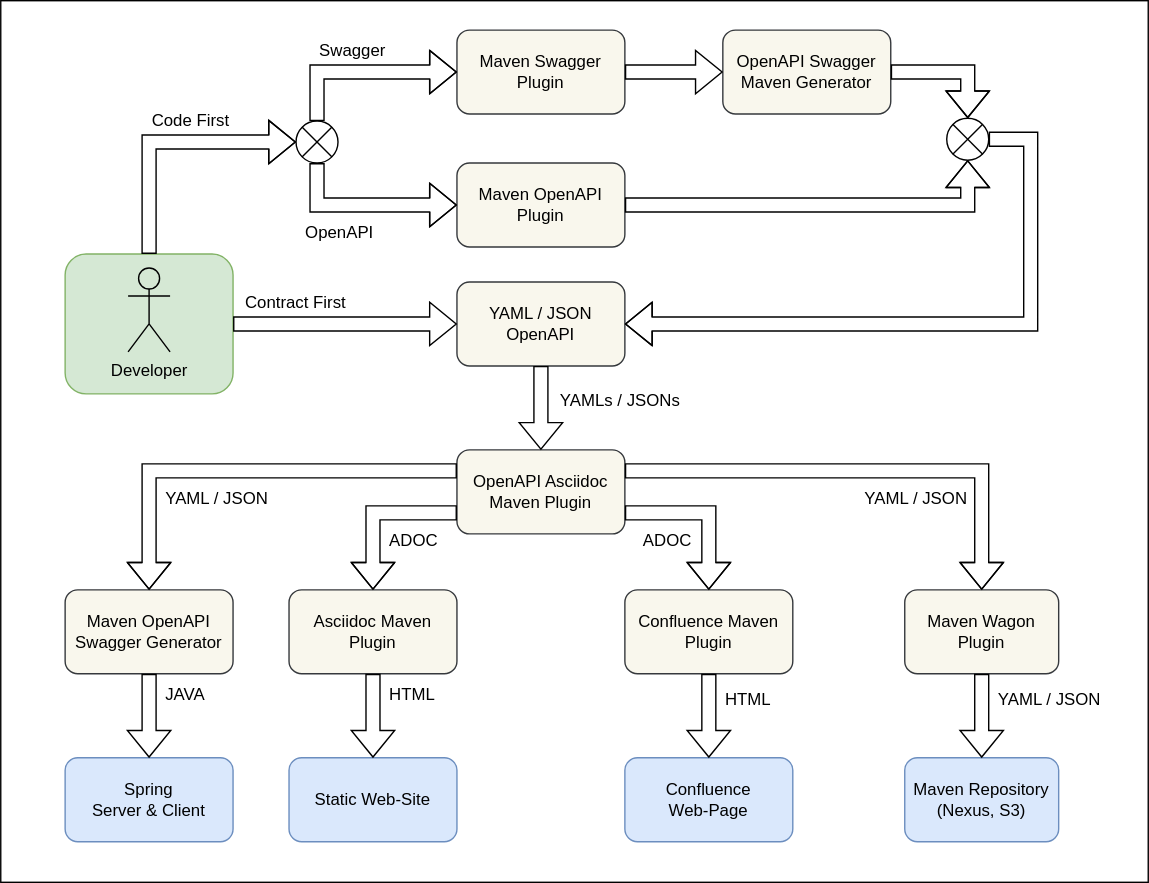
Before: doc/context-view.svg, a diagram exported from draw.io (denis-volnenko/openapi-asciidoc-maven-plugin). Source tidied: cells renumbered, new cells last; positions are measured from the earlier drawing's top-left corner, leaving out a move shared by most shapes.
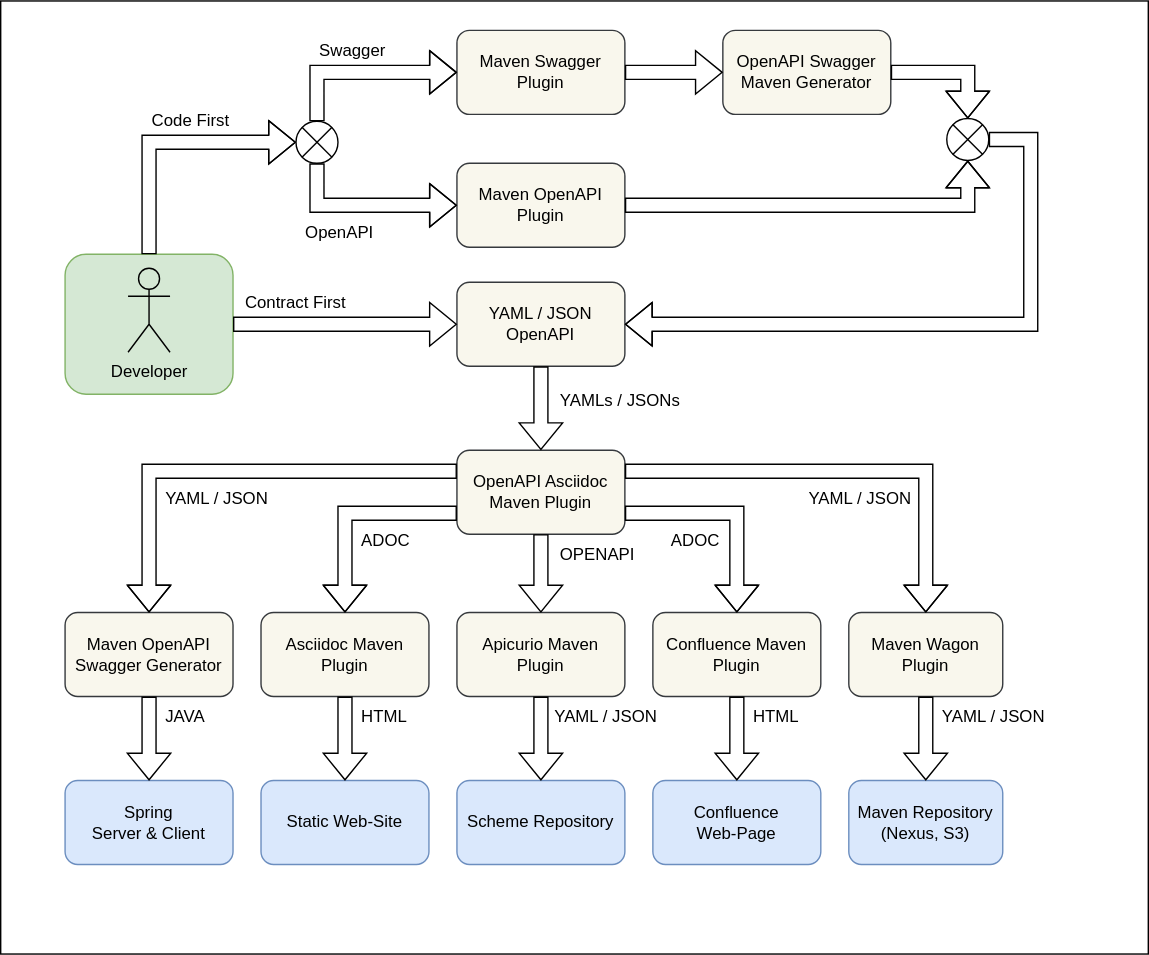
The same file after the commit.

Diff of the diagram source:
```diff
@@ -3,7 +3,7 @@
     <mxCell id="0" />
     <mxCell id="1" parent="0" />
     <mxCell id="2" style="rounded=0;whiteSpace=wrap;html=1;" parent="1" vertex="1">
-      <mxGeometry width="820" height="630" as="geometry" />
+      <mxGeometry width="820" height="681" as="geometry" />
     </mxCell>
     <mxCell id="3" value="YAML / JSON&lt;br&gt;OpenAPI" style="rounded=1;whiteSpace=wrap;html=1;fillColor=#f9f7ed;strokeColor=#36393d;" parent="1" vertex="1">
       <mxGeometry x="326" y="201" width="120" height="60" as="geometry" />
@@ -28,7 +28,7 @@
       </mxGeometry>
     </mxCell>
     <mxCell id="9" value="Asciidoc Maven Plugin" style="rounded=1;whiteSpace=wrap;html=1;fillColor=#f9f7ed;strokeColor=#36393d;" parent="1" vertex="1">
-      <mxGeometry x="206" y="421" width="120" height="60" as="geometry" />
+      <mxGeometry x="186" y="437" width="120" height="60" as="geometry" />
     </mxCell>
     <mxCell id="10" style="shape=flexArrow;endArrow=classic;html=1;rounded=0;exitX=0.5;exitY=1;exitDx=0;exitDy=0;entryX=0.5;entryY=0;entryDx=0;entryDy=0;" parent="1" edge="1" source="3" target="4">
       <mxGeometry relative="1" as="geometry" />
@@ -36,28 +36,28 @@
     <mxCell id="11" style="shape=flexArrow;endArrow=classic;html=1;rounded=0;exitX=0;exitY=0.75;exitDx=0;exitDy=0;entryX=0.5;entryY=0;entryDx=0;entryDy=0;" parent="1" edge="1" source="4" target="9">
       <mxGeometry relative="1" as="geometry">
         <Array as="points">
-          <mxPoint x="266" y="366" />
+          <mxPoint x="246" y="366" />
         </Array>
       </mxGeometry>
     </mxCell>
     <mxCell id="12" value="Confluence Maven Plugin" style="rounded=1;whiteSpace=wrap;html=1;fillColor=#f9f7ed;strokeColor=#36393d;" parent="1" vertex="1">
-      <mxGeometry x="446" y="421" width="120" height="60" as="geometry" />
+      <mxGeometry x="466" y="437" width="120" height="60" as="geometry" />
     </mxCell>
     <mxCell id="13" style="shape=flexArrow;endArrow=classic;html=1;rounded=0;exitX=1;exitY=0.75;exitDx=0;exitDy=0;entryX=0.5;entryY=0;entryDx=0;entryDy=0;" parent="1" edge="1" source="4" target="12">
       <mxGeometry relative="1" as="geometry">
         <Array as="points">
-          <mxPoint x="506" y="366" />
+          <mxPoint x="526" y="366" />
         </Array>
       </mxGeometry>
     </mxCell>
     <mxCell id="14" value="Static Web-Site" style="rounded=1;whiteSpace=wrap;html=1;fillColor=#dae8fc;strokeColor=#6c8ebf;" parent="1" vertex="1">
-      <mxGeometry x="206" y="541" width="120" height="60" as="geometry" />
+      <mxGeometry x="186" y="557" width="120" height="60" as="geometry" />
     </mxCell>
     <mxCell id="15" style="shape=flexArrow;endArrow=classic;html=1;rounded=0;exitX=0.5;exitY=1;exitDx=0;exitDy=0;entryX=0.5;entryY=0;entryDx=0;entryDy=0;" parent="1" edge="1" source="9" target="14">
       <mxGeometry relative="1" as="geometry" />
     </mxCell>
     <mxCell id="16" value="Confluence &lt;br&gt;Web-Page" style="rounded=1;whiteSpace=wrap;html=1;fillColor=#dae8fc;strokeColor=#6c8ebf;" parent="1" vertex="1">
-      <mxGeometry x="446" y="541" width="120" height="60" as="geometry" />
+      <mxGeometry x="466" y="557" width="120" height="60" as="geometry" />
     </mxCell>
     <mxCell id="17" style="shape=flexArrow;endArrow=classic;html=1;rounded=0;exitX=0.5;exitY=1;exitDx=0;exitDy=0;" parent="1" edge="1" source="12" target="16">
       <mxGeometry relative="1" as="geometry" />
@@ -108,7 +108,7 @@
       <mxGeometry x="676" y="84" width="30" height="30" as="geometry" />
     </mxCell>
     <mxCell id="29" value="Maven OpenAPI Swagger&amp;nbsp;Generator" style="rounded=1;whiteSpace=wrap;html=1;fillColor=#f9f7ed;strokeColor=#36393d;" parent="1" vertex="1">
-      <mxGeometry x="46" y="421" width="120" height="60" as="geometry" />
+      <mxGeometry x="46" y="437" width="120" height="60" as="geometry" />
     </mxCell>
     <mxCell id="30" value="OpenAPI Swagger&lt;br&gt;Maven Generator" style="rounded=1;whiteSpace=wrap;html=1;fillColor=#f9f7ed;strokeColor=#36393d;" parent="1" vertex="1">
       <mxGeometry x="516" y="21" width="120" height="60" as="geometry" />
@@ -132,7 +132,7 @@
       </mxGeometry>
     </mxCell>
     <mxCell id="34" value="Spring &lt;br&gt;Server &amp;amp; Client" style="rounded=1;whiteSpace=wrap;html=1;fillColor=#dae8fc;strokeColor=#6c8ebf;" parent="1" vertex="1">
-      <mxGeometry x="46" y="541" width="120" height="60" as="geometry" />
+      <mxGeometry x="46" y="557" width="120" height="60" as="geometry" />
     </mxCell>
     <mxCell id="35" style="shape=flexArrow;endArrow=classic;html=1;rounded=0;exitX=0.5;exitY=1;exitDx=0;exitDy=0;" parent="1" edge="1" source="29" target="34">
       <mxGeometry relative="1" as="geometry" />
@@ -145,41 +145,41 @@
       </mxGeometry>
     </mxCell>
     <mxCell id="37" value="Maven Wagon Plugin" style="rounded=1;whiteSpace=wrap;html=1;fillColor=#f9f7ed;strokeColor=#36393d;" parent="1" vertex="1">
-      <mxGeometry x="646" y="421" width="110" height="60" as="geometry" />
+      <mxGeometry x="606" y="437" width="110" height="60" as="geometry" />
     </mxCell>
     <mxCell id="38" value="Maven Repository (Nexus, S3)" style="rounded=1;whiteSpace=wrap;html=1;fillColor=#dae8fc;strokeColor=#6c8ebf;" parent="1" vertex="1">
-      <mxGeometry x="646" y="541" width="110" height="60" as="geometry" />
+      <mxGeometry x="606" y="557" width="110" height="60" as="geometry" />
     </mxCell>
     <mxCell id="39" style="shape=flexArrow;endArrow=classic;html=1;rounded=0;fillColor=default;exitX=0.5;exitY=1;exitDx=0;exitDy=0;entryX=0.5;entryY=0;entryDx=0;entryDy=0;" parent="1" edge="1" source="37" target="38">
       <mxGeometry relative="1" as="geometry" />
     </mxCell>
     <mxCell id="40" value="YAML / JSON" style="text;html=1;strokeColor=none;fillColor=none;align=left;verticalAlign=middle;whiteSpace=wrap;rounded=0;" parent="1" vertex="1">
-      <mxGeometry x="711" y="485" width="97" height="30" as="geometry" />
+      <mxGeometry x="671" y="497" width="97" height="30" as="geometry" />
     </mxCell>
     <mxCell id="41" value="YAML / JSON" style="text;html=1;strokeColor=none;fillColor=none;align=right;verticalAlign=middle;whiteSpace=wrap;rounded=0;" parent="1" vertex="1">
-      <mxGeometry x="596" y="341" width="97" height="30" as="geometry" />
+      <mxGeometry x="556" y="341" width="97" height="30" as="geometry" />
     </mxCell>
     <mxCell id="42" style="shape=flexArrow;endArrow=classic;html=1;rounded=0;entryX=0.5;entryY=0;entryDx=0;entryDy=0;exitX=1;exitY=0.25;exitDx=0;exitDy=0;" parent="1" edge="1" source="4" target="37">
       <mxGeometry relative="1" as="geometry">
         <Array as="points">
-          <mxPoint x="701" y="336" />
+          <mxPoint x="661" y="336" />
         </Array>
       </mxGeometry>
     </mxCell>
     <mxCell id="43" value="HTML" style="text;html=1;strokeColor=none;fillColor=none;align=left;verticalAlign=middle;whiteSpace=wrap;rounded=0;" parent="1" vertex="1">
-      <mxGeometry x="516" y="485" width="60" height="30" as="geometry" />
+      <mxGeometry x="536" y="497" width="60" height="30" as="geometry" />
     </mxCell>
     <mxCell id="44" value="HTML" style="text;html=1;strokeColor=none;fillColor=none;align=left;verticalAlign=middle;whiteSpace=wrap;rounded=0;" parent="1" vertex="1">
-      <mxGeometry x="276" y="481" width="60" height="30" as="geometry" />
+      <mxGeometry x="256" y="497" width="60" height="30" as="geometry" />
     </mxCell>
     <mxCell id="45" value="JAVA" style="text;html=1;strokeColor=none;fillColor=none;align=left;verticalAlign=middle;whiteSpace=wrap;rounded=0;" parent="1" vertex="1">
-      <mxGeometry x="116" y="481" width="60" height="30" as="geometry" />
+      <mxGeometry x="116" y="497" width="60" height="30" as="geometry" />
     </mxCell>
     <mxCell id="46" value="ADOC" style="text;html=1;strokeColor=none;fillColor=none;align=right;verticalAlign=middle;whiteSpace=wrap;rounded=0;" parent="1" vertex="1">
-      <mxGeometry x="436" y="371" width="60" height="30" as="geometry" />
+      <mxGeometry x="456" y="371" width="60" height="30" as="geometry" />
     </mxCell>
     <mxCell id="47" value="ADOC" style="text;html=1;strokeColor=none;fillColor=none;align=left;verticalAlign=middle;whiteSpace=wrap;rounded=0;" parent="1" vertex="1">
-      <mxGeometry x="276" y="371" width="60" height="30" as="geometry" />
+      <mxGeometry x="256" y="371" width="60" height="30" as="geometry" />
     </mxCell>
     <mxCell id="48" value="YAML / JSON" style="text;html=1;strokeColor=none;fillColor=none;align=left;verticalAlign=middle;whiteSpace=wrap;rounded=0;" parent="1" vertex="1">
       <mxGeometry x="116" y="341" width="97" height="30" as="geometry" />
@@ -187,5 +187,23 @@
     <mxCell id="49" value="YAMLs / JSONs" style="text;html=1;strokeColor=none;fillColor=none;align=left;verticalAlign=middle;whiteSpace=wrap;rounded=0;" parent="1" vertex="1">
       <mxGeometry x="397.5" y="271" width="97" height="30" as="geometry" />
     </mxCell>
+    <mxCell id="50" value="Apicurio Maven Plugin" style="rounded=1;whiteSpace=wrap;html=1;fillColor=#f9f7ed;strokeColor=#36393d;" parent="1" vertex="1">
+      <mxGeometry x="326" y="437" width="120" height="60" as="geometry" />
+    </mxCell>
+    <mxCell id="51" value="Scheme Repository" style="rounded=1;whiteSpace=wrap;html=1;fillColor=#dae8fc;strokeColor=#6c8ebf;" parent="1" vertex="1">
+      <mxGeometry x="326" y="557" width="120" height="60" as="geometry" />
+    </mxCell>
+    <mxCell id="52" style="shape=flexArrow;endArrow=classic;html=1;rounded=0;exitX=0.5;exitY=1;exitDx=0;exitDy=0;entryX=0.5;entryY=0;entryDx=0;entryDy=0;" parent="1" edge="1" source="50" target="51">
+      <mxGeometry relative="1" as="geometry" />
+    </mxCell>
+    <mxCell id="53" style="shape=flexArrow;endArrow=classic;html=1;rounded=0;exitX=0.5;exitY=1;exitDx=0;exitDy=0;entryX=0.5;entryY=0;entryDx=0;entryDy=0;" parent="1" edge="1" source="4" target="50">
+      <mxGeometry relative="1" as="geometry" />
+    </mxCell>
+    <mxCell id="54" value="YAML / JSON" style="text;html=1;strokeColor=none;fillColor=none;align=left;verticalAlign=middle;whiteSpace=wrap;rounded=0;" parent="1" vertex="1">
+      <mxGeometry x="393.5" y="497" width="97" height="30" as="geometry" />
+    </mxCell>
+    <mxCell id="55" value="OPENAPI" style="text;html=1;strokeColor=none;fillColor=none;align=left;verticalAlign=middle;whiteSpace=wrap;rounded=0;" parent="1" vertex="1">
+      <mxGeometry x="397.5" y="381" width="97" height="30" as="geometry" />
+    </mxCell>
   </root>
 </mxGraphModel>
```
